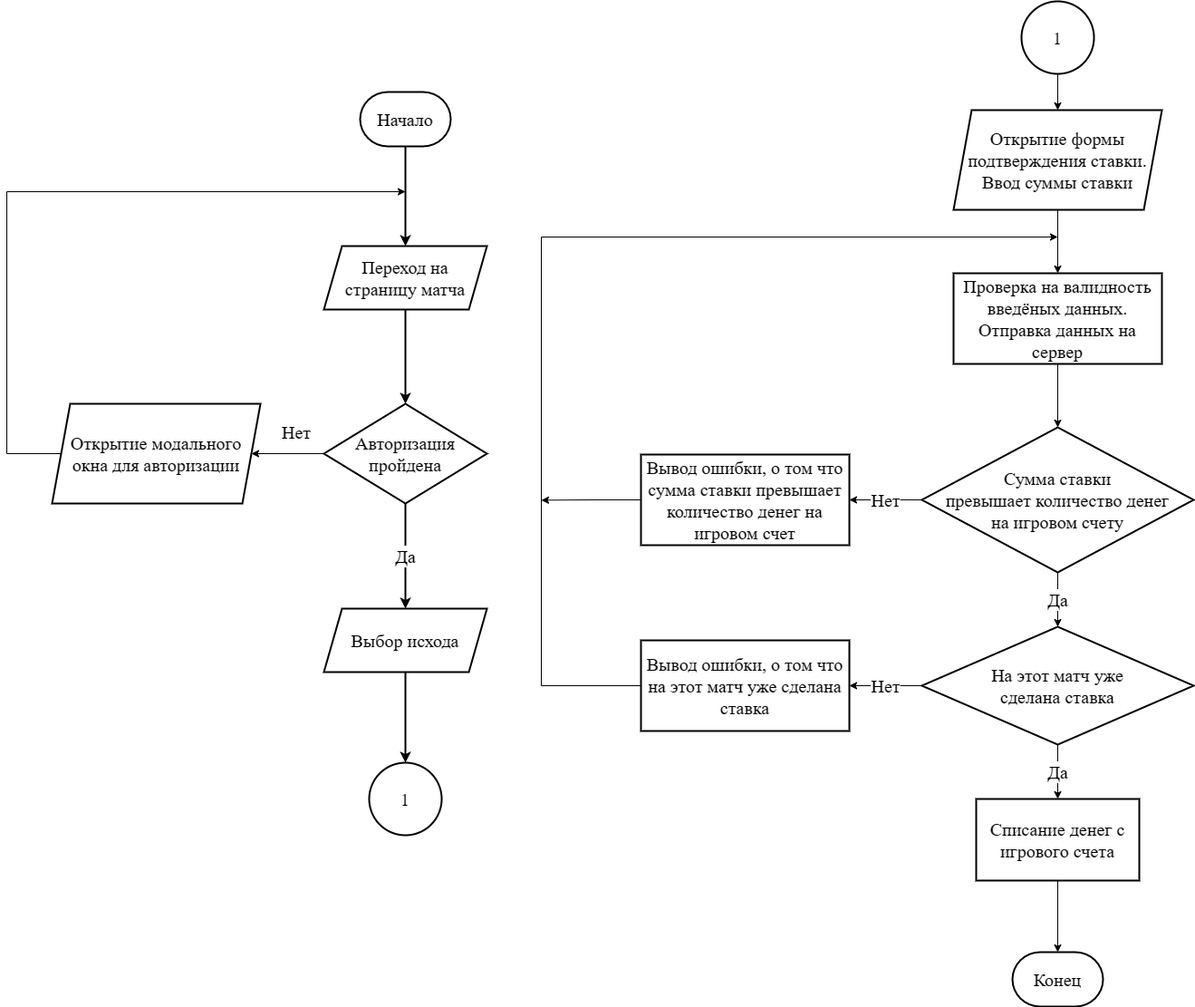
This is algoritm.drawio.png from jk2911/diplom, a draw.io export, as it was before one commit. Source tidied: cells renumbered, new cells last; positions are measured from the earlier drawing's top-left corner, leaving out a move shared by most shapes.
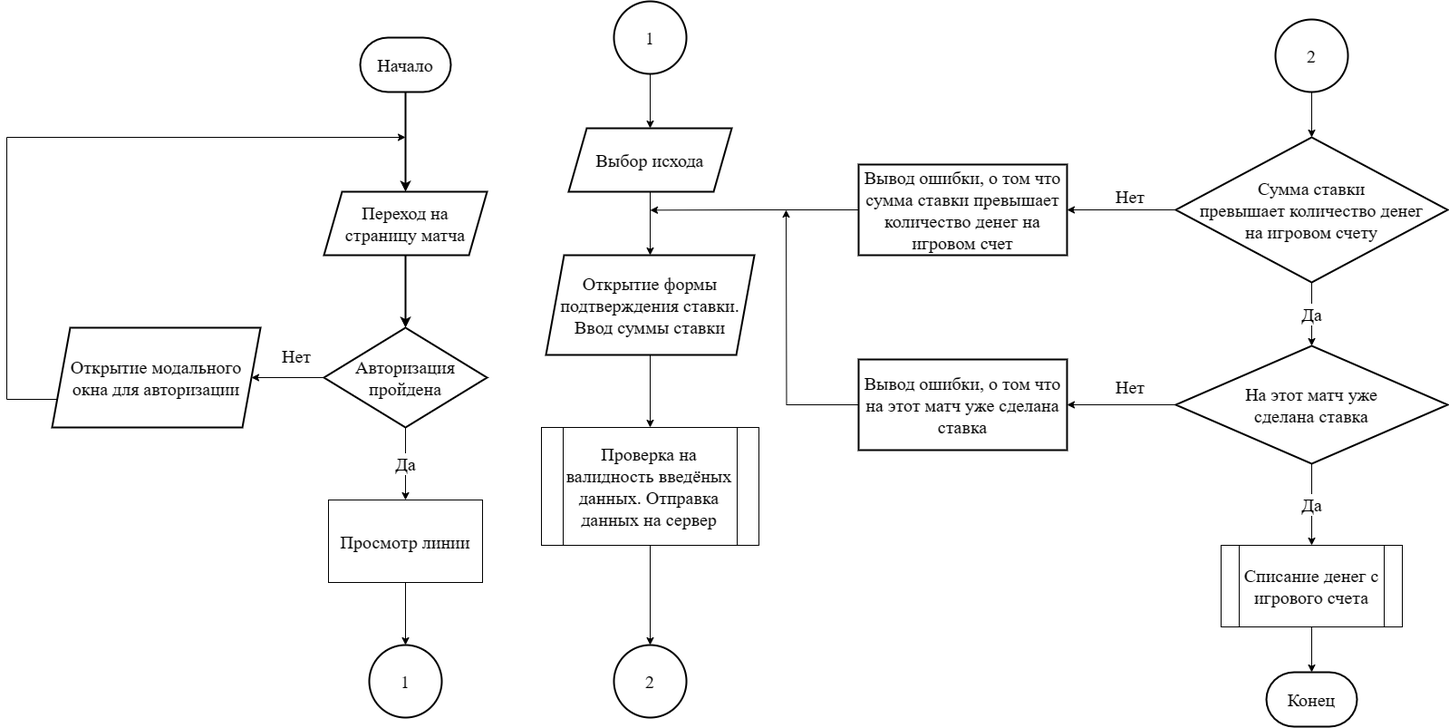
After the commit.

The edit, as a diff of the source:
```diff
@@ -8,14 +8,14 @@
     <mxCell id="3" value="&lt;font style=&quot;font-size: 20px;&quot;&gt;Начало&lt;/font&gt;" style="strokeWidth=2;html=1;shape=mxgraph.flowchart.terminator;whiteSpace=wrap;fontSize=20;fontFamily=Times New Roman;" parent="1" vertex="1">
       <mxGeometry x="390" y="100" width="100" height="60" as="geometry" />
     </mxCell>
-    <mxCell id="4" value="Да" style="edgeStyle=orthogonalEdgeStyle;rounded=0;jettySize=auto;html=1;exitX=0.5;exitY=1;exitDx=0;exitDy=0;exitPerimeter=0;entryX=0.5;entryY=0;entryDx=0;entryDy=0;fontFamily=Times New Roman;fontSize=20;strokeWidth=2;" parent="1" edge="1" source="6" target="10">
-      <mxGeometry relative="1" as="geometry" />
-    </mxCell>
     <mxCell id="5" style="edgeStyle=orthogonalEdgeStyle;rounded=0;jettySize=auto;html=1;exitX=0;exitY=0.5;exitDx=0;exitDy=0;exitPerimeter=0;entryX=1;entryY=0.5;entryDx=0;entryDy=0;fontFamily=Times New Roman;fontSize=20;" parent="1" edge="1" source="6" target="17">
       <mxGeometry relative="1" as="geometry" />
     </mxCell>
+    <mxCell id="34" value="Да" style="edgeStyle=orthogonalEdgeStyle;rounded=0;jettySize=auto;html=1;exitX=0.5;exitY=1;exitDx=0;exitDy=0;exitPerimeter=0;entryX=0.5;entryY=0;entryDx=0;entryDy=0;fontFamily=Times New Roman;fontSize=20;" parent="1" edge="1" source="6" target="41">
+      <mxGeometry relative="1" as="geometry" />
+    </mxCell>
     <mxCell id="6" value="&lt;font style=&quot;font-size: 20px;&quot;&gt;Авторизация пройдена&lt;/font&gt;" style="strokeWidth=2;html=1;shape=mxgraph.flowchart.decision;whiteSpace=wrap;fontFamily=Times New Roman;fontSize=20;" parent="1" vertex="1">
-      <mxGeometry x="350" y="444" width="180" height="110" as="geometry" />
+      <mxGeometry x="350" y="420" width="180" height="110" as="geometry" />
     </mxCell>
     <mxCell id="7" style="edgeStyle=orthogonalEdgeStyle;rounded=0;jettySize=auto;html=1;exitX=0.5;exitY=1;exitDx=0;exitDy=0;fontFamily=Times New Roman;fontSize=20;strokeWidth=2;" parent="1" edge="1" source="8" target="6">
       <mxGeometry relative="1" as="geometry" />
@@ -23,26 +23,26 @@
     <mxCell id="8" value="&lt;font style=&quot;font-size: 20px;&quot;&gt;Переход на страницу матча&lt;/font&gt;" style="shape=parallelogram;perimeter=parallelogramPerimeter;whiteSpace=wrap;html=1;fixedSize=1;fontFamily=Times New Roman;strokeWidth=2;fontSize=20;" parent="1" vertex="1">
       <mxGeometry x="350" y="270" width="180" height="70" as="geometry" />
     </mxCell>
-    <mxCell id="9" style="edgeStyle=orthogonalEdgeStyle;rounded=0;jettySize=auto;html=1;exitX=0.5;exitY=1;exitDx=0;exitDy=0;fontFamily=Times New Roman;fontSize=20;strokeWidth=2;" parent="1" edge="1" source="10" target="11">
-      <mxGeometry relative="1" as="geometry" />
-    </mxCell>
+    <mxCell id="35" style="edgeStyle=orthogonalEdgeStyle;rounded=0;jettySize=auto;html=1;exitX=0.5;exitY=1;exitDx=0;exitDy=0;entryX=0.5;entryY=0;entryDx=0;entryDy=0;" parent="1" edge="1" source="10" target="15">
+      <mxGeometry relative="1" as="geometry" />
+    </mxCell>
     <mxCell id="10" value="&lt;font style=&quot;font-size: 20px;&quot;&gt;Выбор исхода&lt;/font&gt;" style="shape=parallelogram;perimeter=parallelogramPerimeter;whiteSpace=wrap;html=1;fixedSize=1;fontFamily=Times New Roman;strokeWidth=2;fontSize=20;" parent="1" vertex="1">
-      <mxGeometry x="350" y="670" width="180" height="70" as="geometry" />
+      <mxGeometry x="620" y="200" width="180" height="70" as="geometry" />
     </mxCell>
     <mxCell id="11" value="1" style="ellipse;whiteSpace=wrap;html=1;fontFamily=Times New Roman;fontSize=20;strokeWidth=2;" parent="1" vertex="1">
-      <mxGeometry x="400" y="840" width="80" height="80" as="geometry" />
+      <mxGeometry x="400" y="770" width="80" height="80" as="geometry" />
     </mxCell>
-    <mxCell id="12" style="edgeStyle=orthogonalEdgeStyle;rounded=0;jettySize=auto;html=1;exitX=0.5;exitY=1;exitDx=0;exitDy=0;entryX=0.5;entryY=0;entryDx=0;entryDy=0;fontFamily=Times New Roman;fontSize=20;" parent="1" edge="1" source="13" target="15">
-      <mxGeometry relative="1" as="geometry" />
-    </mxCell>
+    <mxCell id="36" style="edgeStyle=orthogonalEdgeStyle;rounded=0;jettySize=auto;html=1;exitX=0.5;exitY=1;exitDx=0;exitDy=0;entryX=0.5;entryY=0;entryDx=0;entryDy=0;" parent="1" edge="1" source="13" target="10">
+      <mxGeometry relative="1" as="geometry" />
+    </mxCell>
     <mxCell id="13" value="1" style="ellipse;whiteSpace=wrap;html=1;fontFamily=Times New Roman;fontSize=20;strokeWidth=2;" parent="1" vertex="1">
-      <mxGeometry x="1120" width="80" height="80" as="geometry" />
+      <mxGeometry x="670" y="60" width="80" height="80" as="geometry" />
     </mxCell>
-    <mxCell id="14" style="edgeStyle=orthogonalEdgeStyle;rounded=0;jettySize=auto;html=1;exitX=0.5;exitY=1;exitDx=0;exitDy=0;entryX=0.5;entryY=0;entryDx=0;entryDy=0;fontFamily=Times New Roman;fontSize=20;" parent="1" edge="1" source="15" target="19">
+    <mxCell id="14" style="edgeStyle=orthogonalEdgeStyle;rounded=0;jettySize=auto;html=1;exitX=0.5;exitY=1;exitDx=0;exitDy=0;entryX=0.5;entryY=0;entryDx=0;entryDy=0;" parent="1" edge="1" source="15" target="19">
       <mxGeometry relative="1" as="geometry" />
     </mxCell>
     <mxCell id="15" value="&lt;font style=&quot;font-size: 20px;&quot;&gt;Открытие формы подтверждения ставки. Ввод суммы ставки&lt;/font&gt;" style="shape=parallelogram;perimeter=parallelogramPerimeter;whiteSpace=wrap;html=1;fixedSize=1;fontFamily=Times New Roman;strokeWidth=2;fontSize=20;" parent="1" vertex="1">
-      <mxGeometry x="1045" y="120" width="230" height="110" as="geometry" />
+      <mxGeometry x="595" y="340" width="230" height="110" as="geometry" />
     </mxCell>
     <mxCell id="16" style="edgeStyle=orthogonalEdgeStyle;rounded=0;jettySize=auto;html=1;exitX=0;exitY=0.5;exitDx=0;exitDy=0;fontFamily=Times New Roman;fontSize=20;" parent="1" edge="1" source="17">
       <mxGeometry relative="1" as="geometry">
@@ -54,68 +54,80 @@
       </mxGeometry>
     </mxCell>
     <mxCell id="17" value="&lt;font style=&quot;font-size: 20px;&quot;&gt;Открытие модального окна для авторизации&lt;/font&gt;" style="shape=parallelogram;perimeter=parallelogramPerimeter;whiteSpace=wrap;html=1;fixedSize=1;fontFamily=Times New Roman;strokeWidth=2;fontSize=20;" parent="1" vertex="1">
-      <mxGeometry x="50" y="444" width="230" height="110" as="geometry" />
+      <mxGeometry x="50" y="420" width="230" height="110" as="geometry" />
     </mxCell>
-    <mxCell id="18" style="edgeStyle=orthogonalEdgeStyle;rounded=0;jettySize=auto;html=1;exitX=0.5;exitY=1;exitDx=0;exitDy=0;entryX=0.5;entryY=0;entryDx=0;entryDy=0;entryPerimeter=0;fontFamily=Times New Roman;fontSize=20;" parent="1" edge="1" source="19" target="22">
-      <mxGeometry relative="1" as="geometry" />
-    </mxCell>
-    <mxCell id="19" value="Проверка на валидность введёных данных. Отправка данных на сервер" style="rounded=0;whiteSpace=wrap;html=1;fontFamily=Times New Roman;fontSize=20;strokeWidth=2;" parent="1" vertex="1">
-      <mxGeometry x="1045" y="300" width="230" height="100" as="geometry" />
-    </mxCell>
     <mxCell id="20" value="Да" style="edgeStyle=orthogonalEdgeStyle;rounded=0;jettySize=auto;html=1;exitX=0.5;exitY=1;exitDx=0;exitDy=0;exitPerimeter=0;entryX=0.5;entryY=0;entryDx=0;entryDy=0;entryPerimeter=0;fontFamily=Times New Roman;fontSize=20;" parent="1" edge="1" source="22" target="25">
       <mxGeometry relative="1" as="geometry" />
     </mxCell>
-    <mxCell id="21" value="Нет" style="edgeStyle=orthogonalEdgeStyle;rounded=0;jettySize=auto;html=1;exitX=0;exitY=0.5;exitDx=0;exitDy=0;exitPerimeter=0;entryX=1;entryY=0.5;entryDx=0;entryDy=0;fontFamily=Times New Roman;fontSize=20;" parent="1" edge="1" source="22" target="31">
+    <mxCell id="21" style="edgeStyle=orthogonalEdgeStyle;rounded=0;jettySize=auto;html=1;exitX=0;exitY=0.5;exitDx=0;exitDy=0;exitPerimeter=0;entryX=1;entryY=0.5;entryDx=0;entryDy=0;" parent="1" edge="1" source="22" target="31">
       <mxGeometry relative="1" as="geometry" />
     </mxCell>
     <mxCell id="22" value="Сумма ставки &lt;br style=&quot;font-size: 20px;&quot;&gt;превышает количество денег &lt;br style=&quot;font-size: 20px;&quot;&gt;на игровом счету" style="strokeWidth=2;html=1;shape=mxgraph.flowchart.decision;whiteSpace=wrap;fontFamily=Times New Roman;fontSize=20;" parent="1" vertex="1">
-      <mxGeometry x="1010" y="470" width="300" height="160" as="geometry" />
+      <mxGeometry x="1290" y="210" width="300" height="160" as="geometry" />
     </mxCell>
     <mxCell id="23" value="Да" style="edgeStyle=orthogonalEdgeStyle;rounded=0;jettySize=auto;html=1;exitX=0.5;exitY=1;exitDx=0;exitDy=0;exitPerimeter=0;entryX=0.5;entryY=0;entryDx=0;entryDy=0;fontFamily=Times New Roman;fontSize=20;" parent="1" edge="1" source="25" target="27">
       <mxGeometry relative="1" as="geometry" />
     </mxCell>
-    <mxCell id="24" value="Нет" style="edgeStyle=orthogonalEdgeStyle;rounded=0;jettySize=auto;html=1;exitX=0;exitY=0.5;exitDx=0;exitDy=0;exitPerimeter=0;entryX=1;entryY=0.5;entryDx=0;entryDy=0;fontFamily=Times New Roman;fontSize=20;" parent="1" edge="1" source="25" target="33">
-      <mxGeometry relative="1" as="geometry">
-        <Array as="points">
-          <mxPoint x="970" y="755" />
-          <mxPoint x="970" y="755" />
-        </Array>
-      </mxGeometry>
+    <mxCell id="24" style="edgeStyle=orthogonalEdgeStyle;rounded=0;jettySize=auto;html=1;exitX=0;exitY=0.5;exitDx=0;exitDy=0;exitPerimeter=0;entryX=1;entryY=0.5;entryDx=0;entryDy=0;" parent="1" edge="1" source="25" target="33">
+      <mxGeometry relative="1" as="geometry" />
     </mxCell>
     <mxCell id="25" value="На этот матч уже &lt;br style=&quot;font-size: 20px;&quot;&gt;сделана ставка" style="strokeWidth=2;html=1;shape=mxgraph.flowchart.decision;whiteSpace=wrap;fontFamily=Times New Roman;fontSize=20;verticalAlign=middle;" parent="1" vertex="1">
-      <mxGeometry x="1010" y="690" width="300" height="130" as="geometry" />
+      <mxGeometry x="1290" y="440" width="300" height="130" as="geometry" />
     </mxCell>
+    <mxCell id="28" value="&lt;font style=&quot;font-size: 20px;&quot;&gt;Конец&lt;/font&gt;" style="strokeWidth=2;html=1;shape=mxgraph.flowchart.terminator;whiteSpace=wrap;fontSize=20;fontFamily=Times New Roman;" parent="1" vertex="1">
+      <mxGeometry x="1390" y="800" width="100" height="60" as="geometry" />
+    </mxCell>
+    <mxCell id="29" value="Нет" style="text;html=1;strokeColor=none;fillColor=none;align=center;verticalAlign=middle;whiteSpace=wrap;rounded=0;fontFamily=Times New Roman;fontSize=20;" parent="1" vertex="1">
+      <mxGeometry x="290" y="436" width="60" height="30" as="geometry" />
+    </mxCell>
+    <mxCell id="37" style="edgeStyle=orthogonalEdgeStyle;rounded=0;jettySize=auto;html=1;exitX=0;exitY=0.5;exitDx=0;exitDy=0;" parent="1" edge="1" source="31">
+      <mxGeometry relative="1" as="geometry">
+        <mxPoint x="710" y="290.3" as="targetPoint" />
+      </mxGeometry>
+    </mxCell>
+    <mxCell id="31" value="Вывод ошибки, о том что сумма ставки превышает количество денег на игровом счет" style="rounded=0;whiteSpace=wrap;html=1;fontFamily=Times New Roman;fontSize=20;strokeWidth=2;" parent="1" vertex="1">
+      <mxGeometry x="940" y="240" width="230" height="100" as="geometry" />
+    </mxCell>
+    <mxCell id="38" style="edgeStyle=orthogonalEdgeStyle;rounded=0;jettySize=auto;html=1;exitX=0;exitY=0.5;exitDx=0;exitDy=0;" parent="1" edge="1" source="33">
+      <mxGeometry relative="1" as="geometry">
+        <mxPoint x="860" y="290" as="targetPoint" />
+      </mxGeometry>
+    </mxCell>
+    <mxCell id="33" value="Вывод ошибки, о том что на этот матч уже сделана ставка" style="rounded=0;whiteSpace=wrap;html=1;fontFamily=Times New Roman;fontSize=20;strokeWidth=2;" parent="1" vertex="1">
+      <mxGeometry x="940" y="455" width="230" height="100" as="geometry" />
+    </mxCell>
+    <mxCell id="39" style="edgeStyle=orthogonalEdgeStyle;rounded=0;jettySize=auto;html=1;exitX=0.5;exitY=1;exitDx=0;exitDy=0;entryX=0.5;entryY=0;entryDx=0;entryDy=0;" parent="1" edge="1" source="19" target="42">
+      <mxGeometry relative="1" as="geometry" />
+    </mxCell>
+    <mxCell id="19" value="&lt;font style=&quot;font-size: 20px;&quot; face=&quot;Times New Roman&quot;&gt;Проверка на валидность введёных данных. Отправка данных на сервер&lt;/font&gt;" style="shape=process;whiteSpace=wrap;html=1;backgroundOutline=1;" parent="1" vertex="1">
+      <mxGeometry x="590" y="530" width="240" height="130" as="geometry" />
+    </mxCell>
+    <mxCell id="40" style="edgeStyle=orthogonalEdgeStyle;rounded=0;jettySize=auto;html=1;exitX=0.5;exitY=1;exitDx=0;exitDy=0;entryX=0.5;entryY=0;entryDx=0;entryDy=0;" parent="1" edge="1" source="41" target="11">
+      <mxGeometry relative="1" as="geometry" />
+    </mxCell>
+    <mxCell id="41" value="&lt;font style=&quot;font-size: 20px;&quot; face=&quot;Times New Roman&quot;&gt;Просмотр линии&lt;/font&gt;" style="rounded=0;whiteSpace=wrap;html=1;" parent="1" vertex="1">
+      <mxGeometry x="355" y="610" width="170" height="91" as="geometry" />
+    </mxCell>
+    <mxCell id="42" value="2" style="ellipse;whiteSpace=wrap;html=1;fontFamily=Times New Roman;fontSize=20;strokeWidth=2;" parent="1" vertex="1">
+      <mxGeometry x="670" y="770" width="80" height="80" as="geometry" />
+    </mxCell>
+    <mxCell id="43" style="edgeStyle=orthogonalEdgeStyle;rounded=0;jettySize=auto;html=1;exitX=0.5;exitY=1;exitDx=0;exitDy=0;entryX=0.5;entryY=0;entryDx=0;entryDy=0;entryPerimeter=0;" parent="1" edge="1" source="44" target="22">
+      <mxGeometry relative="1" as="geometry" />
+    </mxCell>
+    <mxCell id="44" value="2" style="ellipse;whiteSpace=wrap;html=1;fontFamily=Times New Roman;fontSize=20;strokeWidth=2;" parent="1" vertex="1">
+      <mxGeometry x="1400" y="80" width="80" height="80" as="geometry" />
+    </mxCell>
-    <mxCell id="26" style="edgeStyle=orthogonalEdgeStyle;rounded=0;jettySize=auto;html=1;exitX=0.5;exitY=1;exitDx=0;exitDy=0;entryX=0.5;entryY=0;entryDx=0;entryDy=0;entryPerimeter=0;fontFamily=Times New Roman;fontSize=20;" parent="1" edge="1" source="27" target="28">
+    <mxCell id="26" style="edgeStyle=orthogonalEdgeStyle;rounded=0;jettySize=auto;html=1;exitX=0.5;exitY=1;exitDx=0;exitDy=0;entryX=0.5;entryY=0;entryDx=0;entryDy=0;entryPerimeter=0;" parent="1" edge="1" source="27" target="28">
       <mxGeometry relative="1" as="geometry" />
     </mxCell>
-    <mxCell id="27" value="Списание денег с игрового счета" style="rounded=0;whiteSpace=wrap;html=1;fontFamily=Times New Roman;fontSize=20;strokeWidth=2;" parent="1" vertex="1">
-      <mxGeometry x="1070" y="880" width="180" height="90" as="geometry" />
+    <mxCell id="27" value="Списание денег с игрового счета" style="shape=process;whiteSpace=wrap;html=1;backgroundOutline=1;fontFamily=Times New Roman;fontSize=20;" parent="1" vertex="1">
+      <mxGeometry x="1340" y="660" width="200" height="90" as="geometry" />
     </mxCell>
-    <mxCell id="28" value="&lt;font style=&quot;font-size: 20px;&quot;&gt;Конец&lt;/font&gt;" style="strokeWidth=2;html=1;shape=mxgraph.flowchart.terminator;whiteSpace=wrap;fontSize=20;fontFamily=Times New Roman;" parent="1" vertex="1">
-      <mxGeometry x="1110" y="1049" width="100" height="60" as="geometry" />
-    </mxCell>
-    <mxCell id="29" value="Нет" style="text;html=1;strokeColor=none;fillColor=none;align=center;verticalAlign=middle;whiteSpace=wrap;rounded=0;fontFamily=Times New Roman;fontSize=20;" parent="1" vertex="1">
-      <mxGeometry x="290" y="460" width="60" height="30" as="geometry" />
-    </mxCell>
-    <mxCell id="30" style="edgeStyle=orthogonalEdgeStyle;rounded=0;jettySize=auto;html=1;exitX=0;exitY=0.5;exitDx=0;exitDy=0;fontFamily=Times New Roman;fontSize=20;" parent="1" edge="1" source="31">
-      <mxGeometry relative="1" as="geometry">
-        <mxPoint x="590" y="550.4" as="targetPoint" />
-      </mxGeometry>
-    </mxCell>
-    <mxCell id="31" value="Вывод ошибки, о том что сумма ставки превышает количество денег на игровом счет" style="rounded=0;whiteSpace=wrap;html=1;fontFamily=Times New Roman;fontSize=20;strokeWidth=2;" parent="1" vertex="1">
-      <mxGeometry x="700" y="500" width="230" height="100" as="geometry" />
-    </mxCell>
-    <mxCell id="32" style="edgeStyle=orthogonalEdgeStyle;rounded=0;jettySize=auto;html=1;exitX=0;exitY=0.5;exitDx=0;exitDy=0;fontFamily=Times New Roman;fontSize=20;" parent="1" edge="1" source="33">
-      <mxGeometry relative="1" as="geometry">
-        <mxPoint x="1160" y="260" as="targetPoint" />
-        <Array as="points">
-          <mxPoint x="590" y="755" />
-          <mxPoint x="590" y="260" />
-        </Array>
-      </mxGeometry>
-    </mxCell>
-    <mxCell id="33" value="Вывод ошибки, о том что на этот матч уже сделана ставка" style="rounded=0;whiteSpace=wrap;html=1;fontFamily=Times New Roman;fontSize=20;strokeWidth=2;" parent="1" vertex="1">
-      <mxGeometry x="700" y="705" width="230" height="100" as="geometry" />
-    </mxCell>
+    <mxCell id="45" value="Нет" style="text;html=1;strokeColor=none;fillColor=none;align=center;verticalAlign=middle;whiteSpace=wrap;rounded=0;fontFamily=Times New Roman;fontSize=20;" parent="1" vertex="1">
+      <mxGeometry x="1210" y="260" width="60" height="30" as="geometry" />
+    </mxCell>
+    <mxCell id="46" value="Нет" style="text;html=1;strokeColor=none;fillColor=none;align=center;verticalAlign=middle;whiteSpace=wrap;rounded=0;fontFamily=Times New Roman;fontSize=20;" parent="1" vertex="1">
+      <mxGeometry x="1210" y="470" width="60" height="30" as="geometry" />
+    </mxCell>
   </root>
 </mxGraphModel>
```
